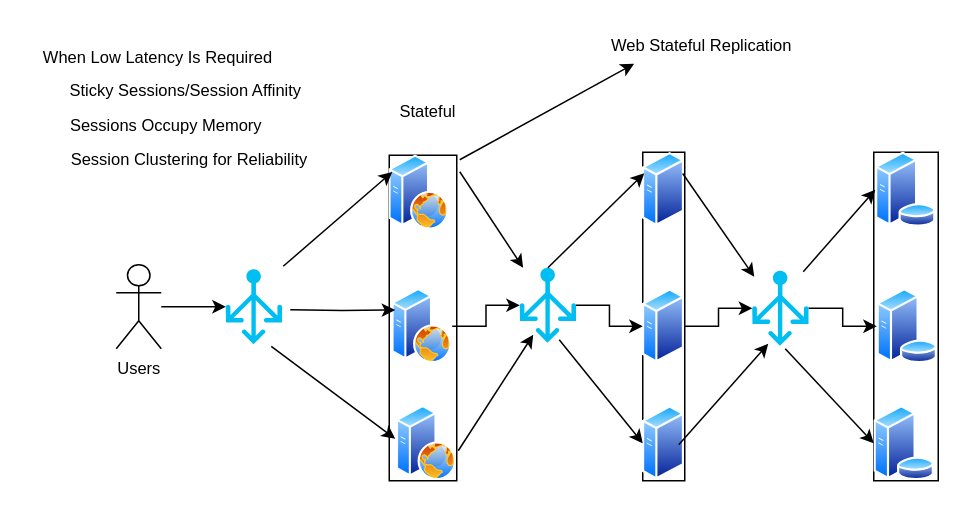
This is Web_Stateful_Replication.drawio from dev-resources-millenium/ReferencesForEnterpriseApps, a draw.io file, before an edit. Source tidied: cells renumbered, new cells numbered last; positions are measured from the earlier drawing's top-left corner, leaving out a move shared by most shapes. Both pictures are drawn from the tidied source at 150%, with x=0, y=0 at pixel (26, 26).
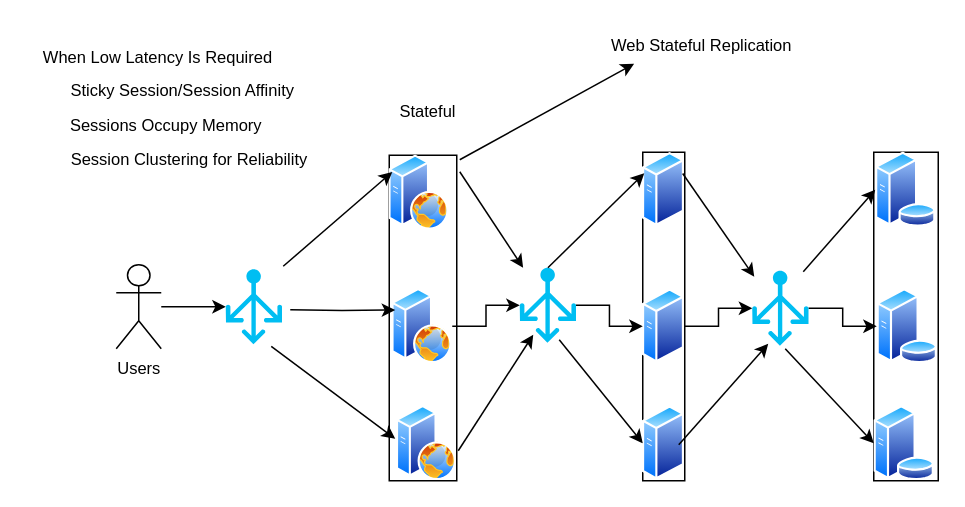
After the change.

Diff of the diagram source:
```diff
@@
-    <mxCell id="37" value="Sticky Sessions/Session Affinity" style="text;html=1;strokeColor=none;fillColor=none;align=center;verticalAlign=middle;whiteSpace=wrap;rounded=0;fontSize=11;fontFamily=Helvetica;fontColor=default;" parent="1" vertex="1">
-      <mxGeometry x="14" y="28" width="185" height="30" as="geometry" />
+    <mxCell id="37" value="Sticky Session/Session Affinity" style="text;html=1;strokeColor=none;fillColor=none;align=center;verticalAlign=middle;whiteSpace=wrap;rounded=0;fontSize=11;fontFamily=Helvetica;fontColor=default;" parent="1" vertex="1">
+      <mxGeometry x="12" y="28" width="185" height="30" as="geometry" />
     </mxCell>
```
